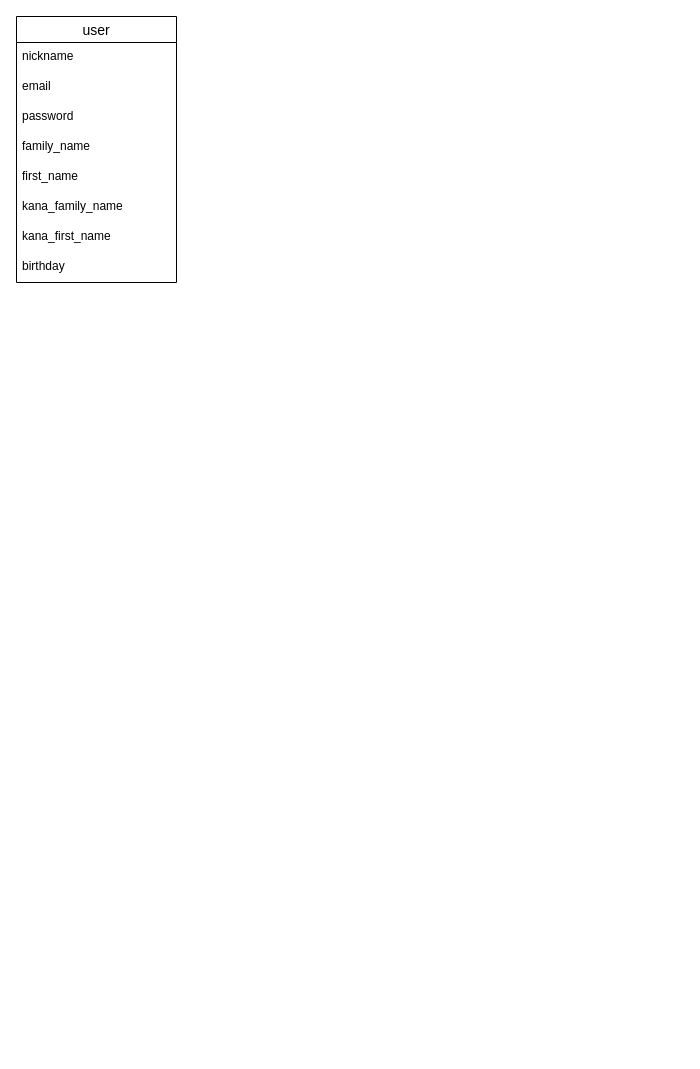
The draw.io diagram ER.dio in strawberygirl/furima-35400, before the edit. Source tidied: cells renumbered, new cells numbered last; positions are measured from the earlier drawing's top-left corner, leaving out a move shared by most shapes. Both pictures are drawn from the tidied source at 100%, with x=0, y=0 at pixel (16, 16).
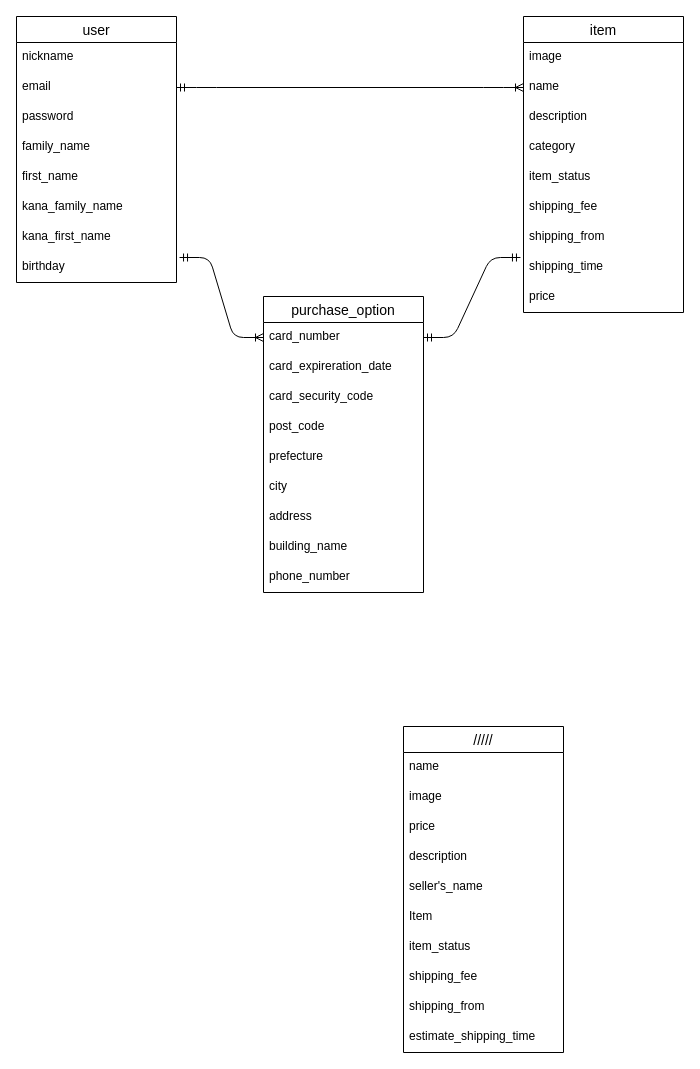
The same diagram, later.

Commit message (it also covers changes not shown here):
データベース設計_update_#1

The change refers to these unchanged cells:
```xml
<mxCell id="4" value="email" style="text;strokeColor=none;fillColor=none;spacingLeft=4;spacingRight=4;overflow=hidden;points=[[0,0.5],[1,0.5]];portConstraint=eastwest;fontSize=12;" parent="2" vertex="1">
  <mxGeometry y="56" width="160" height="30" as="geometry" />
</mxCell>
<mxCell id="10" value="birthday" style="text;strokeColor=none;fillColor=none;spacingLeft=4;spacingRight=4;overflow=hidden;points=[[0,0.5],[1,0.5]];portConstraint=eastwest;fontSize=12;align=left;" parent="2" vertex="1">
  <mxGeometry y="236" width="160" height="30" as="geometry" />
</mxCell>
```

What changed in the source:
```diff
@@
+    <mxCell id="11" value="item" style="swimlane;fontStyle=0;horizontal=1;startSize=26;align=center;fontSize=14;" parent="1" vertex="1">
+      <mxGeometry x="507" width="160" height="296" as="geometry" />
+    </mxCell>
+    <mxCell id="12" value="image" style="text;strokeColor=none;fillColor=none;spacingLeft=4;spacingRight=4;overflow=hidden;fontSize=12;" parent="11" vertex="1">
+      <mxGeometry y="26" width="160" height="30" as="geometry" />
+    </mxCell>
+    <mxCell id="13" value="name" style="text;strokeColor=none;fillColor=none;spacingLeft=4;spacingRight=4;overflow=hidden;points=[[0,0.5],[1,0.5]];portConstraint=eastwest;fontSize=12;" parent="11" vertex="1">
+      <mxGeometry y="56" width="160" height="30" as="geometry" />
+    </mxCell>
+    <mxCell id="14" value="description" style="text;strokeColor=none;fillColor=none;spacingLeft=4;spacingRight=4;overflow=hidden;fontSize=12;" parent="11" vertex="1">
+      <mxGeometry y="86" width="160" height="30" as="geometry" />
+    </mxCell>
+    <mxCell id="15" value="category" style="text;strokeColor=none;fillColor=none;spacingLeft=4;spacingRight=4;overflow=hidden;fontSize=12;" parent="11" vertex="1">
+      <mxGeometry y="116" width="160" height="30" as="geometry" />
+    </mxCell>
+    <mxCell id="16" value="item_status" style="text;strokeColor=none;fillColor=none;spacingLeft=4;spacingRight=4;overflow=hidden;fontSize=12;" parent="11" vertex="1">
+      <mxGeometry y="146" width="160" height="30" as="geometry" />
+    </mxCell>
+    <mxCell id="17" value="shipping_fee" style="text;strokeColor=none;fillColor=none;spacingLeft=4;spacingRight=4;overflow=hidden;fontSize=12;" parent="11" vertex="1">
+      <mxGeometry y="176" width="160" height="30" as="geometry" />
+    </mxCell>
+    <mxCell id="18" value="shipping_from" style="text;strokeColor=none;fillColor=none;spacingLeft=4;spacingRight=4;overflow=hidden;fontSize=12;" parent="11" vertex="1">
+      <mxGeometry y="206" width="160" height="30" as="geometry" />
+    </mxCell>
+    <mxCell id="19" value="shipping_time" style="text;strokeColor=none;fillColor=none;spacingLeft=4;spacingRight=4;overflow=hidden;points=[[0,0.5],[1,0.5]];portConstraint=eastwest;fontSize=12;" parent="11" vertex="1">
+      <mxGeometry y="236" width="160" height="30" as="geometry" />
+    </mxCell>
+    <mxCell id="20" value="price" style="text;strokeColor=none;fillColor=none;spacingLeft=4;spacingRight=4;overflow=hidden;fontSize=12;" parent="11" vertex="1">
+      <mxGeometry y="266" width="160" height="30" as="geometry" />
+    </mxCell>
+    <mxCell id="21" value="/////" style="swimlane;fontStyle=0;horizontal=1;startSize=26;align=center;fontSize=14;" parent="1" vertex="1">
+      <mxGeometry x="387" y="710" width="160" height="326" as="geometry" />
+    </mxCell>
+    <mxCell id="22" value="name" style="text;strokeColor=none;fillColor=none;spacingLeft=4;spacingRight=4;overflow=hidden;fontSize=12;" parent="21" vertex="1">
+      <mxGeometry y="26" width="160" height="30" as="geometry" />
+    </mxCell>
+    <mxCell id="23" value="image" style="text;strokeColor=none;fillColor=none;spacingLeft=4;spacingRight=4;overflow=hidden;fontSize=12;" parent="21" vertex="1">
+      <mxGeometry y="56" width="160" height="30" as="geometry" />
+    </mxCell>
+    <mxCell id="24" value="price" style="text;strokeColor=none;fillColor=none;spacingLeft=4;spacingRight=4;overflow=hidden;fontSize=12;" parent="21" vertex="1">
+      <mxGeometry y="86" width="160" height="30" as="geometry" />
+    </mxCell>
+    <mxCell id="25" value="description" style="text;strokeColor=none;fillColor=none;spacingLeft=4;spacingRight=4;overflow=hidden;fontSize=12;" parent="21" vertex="1">
+      <mxGeometry y="116" width="160" height="30" as="geometry" />
+    </mxCell>
+    <mxCell id="26" value="seller's_name" style="text;strokeColor=none;fillColor=none;spacingLeft=4;spacingRight=4;overflow=hidden;fontSize=12;" parent="21" vertex="1">
+      <mxGeometry y="146" width="160" height="30" as="geometry" />
+    </mxCell>
+    <mxCell id="27" value="Item" style="text;strokeColor=none;fillColor=none;spacingLeft=4;spacingRight=4;overflow=hidden;fontSize=12;" parent="21" vertex="1">
+      <mxGeometry y="176" width="160" height="30" as="geometry" />
+    </mxCell>
+    <mxCell id="28" value="item_status" style="text;strokeColor=none;fillColor=none;spacingLeft=4;spacingRight=4;overflow=hidden;fontSize=12;" parent="21" vertex="1">
+      <mxGeometry y="206" width="160" height="30" as="geometry" />
+    </mxCell>
+    <mxCell id="29" value="shipping_fee" style="text;strokeColor=none;fillColor=none;spacingLeft=4;spacingRight=4;overflow=hidden;fontSize=12;" parent="21" vertex="1">
+      <mxGeometry y="236" width="160" height="30" as="geometry" />
+    </mxCell>
+    <mxCell id="30" value="shipping_from" style="text;strokeColor=none;fillColor=none;spacingLeft=4;spacingRight=4;overflow=hidden;fontSize=12;" parent="21" vertex="1">
+      <mxGeometry y="266" width="160" height="30" as="geometry" />
+    </mxCell>
+    <mxCell id="31" value="estimate_shipping_time" style="text;strokeColor=none;fillColor=none;spacingLeft=4;spacingRight=4;overflow=hidden;fontSize=12;" parent="21" vertex="1">
+      <mxGeometry y="296" width="160" height="30" as="geometry" />
+    </mxCell>
+    <mxCell id="32" style="edgeStyle=entityRelationEdgeStyle;fontSize=12;html=1;endArrow=ERoneToMany;startArrow=ERmandOne;strokeWidth=1;exitX=1;exitY=0.5;exitDx=0;exitDy=0;entryX=0;entryY=0.5;entryDx=0;entryDy=0;" parent="1" edge="1" source="4" target="13">
+      <mxGeometry relative="1" as="geometry" />
+    </mxCell>
+    <mxCell id="33" value="purchase_option" style="swimlane;fontStyle=0;horizontal=1;startSize=26;align=center;fontSize=14;" parent="1" vertex="1">
+      <mxGeometry x="247" y="280" width="160" height="296" as="geometry" />
+    </mxCell>
+    <mxCell id="34" value="card_number" style="text;strokeColor=none;fillColor=none;spacingLeft=4;spacingRight=4;overflow=hidden;points=[[0,0.5],[1,0.5]];portConstraint=eastwest;fontSize=12;" parent="33" vertex="1">
+      <mxGeometry y="26" width="160" height="30" as="geometry" />
+    </mxCell>
+    <mxCell id="35" value="card_expireration_date" style="text;strokeColor=none;fillColor=none;spacingLeft=4;spacingRight=4;overflow=hidden;fontSize=12;" parent="33" vertex="1">
+      <mxGeometry y="56" width="160" height="30" as="geometry" />
+    </mxCell>
+    <mxCell id="36" value="card_security_code" style="text;strokeColor=none;fillColor=none;spacingLeft=4;spacingRight=4;overflow=hidden;fontSize=12;" parent="33" vertex="1">
+      <mxGeometry y="86" width="160" height="30" as="geometry" />
+    </mxCell>
+    <mxCell id="37" value="post_code" style="text;strokeColor=none;fillColor=none;spacingLeft=4;spacingRight=4;overflow=hidden;fontSize=12;" parent="33" vertex="1">
+      <mxGeometry y="116" width="160" height="30" as="geometry" />
+    </mxCell>
+    <mxCell id="38" value="prefecture" style="text;strokeColor=none;fillColor=none;spacingLeft=4;spacingRight=4;overflow=hidden;fontSize=12;" parent="33" vertex="1">
+      <mxGeometry y="146" width="160" height="30" as="geometry" />
+    </mxCell>
+    <mxCell id="39" value="city" style="text;strokeColor=none;fillColor=none;spacingLeft=4;spacingRight=4;overflow=hidden;fontSize=12;" parent="33" vertex="1">
+      <mxGeometry y="176" width="160" height="30" as="geometry" />
+    </mxCell>
+    <mxCell id="40" value="address" style="text;strokeColor=none;fillColor=none;spacingLeft=4;spacingRight=4;overflow=hidden;fontSize=12;" parent="33" vertex="1">
+      <mxGeometry y="206" width="160" height="30" as="geometry" />
+    </mxCell>
+    <mxCell id="41" value="building_name" style="text;strokeColor=none;fillColor=none;spacingLeft=4;spacingRight=4;overflow=hidden;fontSize=12;" parent="33" vertex="1">
+      <mxGeometry y="236" width="160" height="30" as="geometry" />
+    </mxCell>
+    <mxCell id="42" value="phone_number" style="text;strokeColor=none;fillColor=none;spacingLeft=4;spacingRight=4;overflow=hidden;fontSize=12;" parent="33" vertex="1">
+      <mxGeometry y="266" width="160" height="30" as="geometry" />
+    </mxCell>
+    <mxCell id="43" style="edgeStyle=entityRelationEdgeStyle;fontSize=12;html=1;endArrow=ERoneToMany;startArrow=ERmandOne;strokeWidth=1;exitX=1.019;exitY=0.167;exitDx=0;exitDy=0;entryX=0;entryY=0.5;entryDx=0;entryDy=0;exitPerimeter=0;" parent="1" edge="1" source="10" target="34">
+      <mxGeometry relative="1" as="geometry" />
+    </mxCell>
+    <mxCell id="44" style="edgeStyle=entityRelationEdgeStyle;fontSize=12;html=1;endArrow=ERmandOne;startArrow=ERmandOne;strokeWidth=1;exitX=1;exitY=0.5;exitDx=0;exitDy=0;entryX=-0.019;entryY=0.167;entryDx=0;entryDy=0;entryPerimeter=0;" parent="1" edge="1" source="34" target="19">
+      <mxGeometry relative="1" as="geometry" />
+    </mxCell>
```
